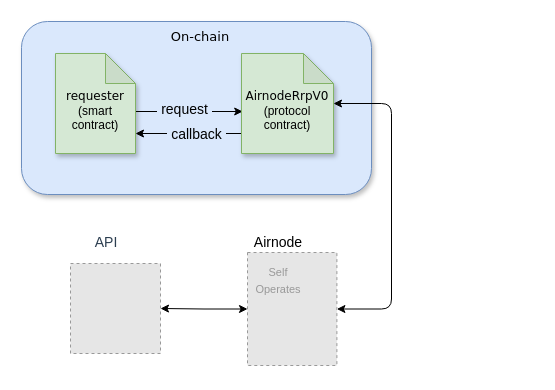
api3dao/vitepress-docs keeps this draw.io diagram as docs/reference/qrng/assets/diagrams/access-overview.drawio. Above is the earlier version. Source tidied: cells renumbered, new cells numbered last; positions are measured from the earlier drawing's top-left corner, leaving out a move shared by most shapes. Both pictures are drawn from the tidied source at 100%, with x=0, y=0 at pixel (21, 21). Pictures stored in the file or linked from it are replaced by grey dashed boxes.
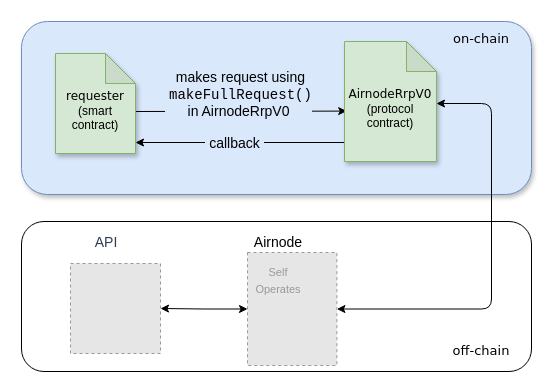
Above is the later version.

Unchanged cells that the change refers to:
```xml
<mxCell id="6" style="fillColor=#E6E6E6;strokeColor=#999999;dashed=1;verticalLabelPosition=bottom;labelBackgroundColor=#ffffff;verticalAlign=top;" parent="1" vertex="1">
  <mxGeometry x="226" y="231" width="89.4" height="113" as="geometry" />
</mxCell>
<mxCell id="15" value="&lt;font style=&quot;font-size: 12px&quot;&gt;&lt;font face=&quot;Verdana&quot; style=&quot;font-size: 12px&quot;&gt;&lt;br&gt;requester&lt;br&gt;&lt;/font&gt;(smart&lt;br&gt;contract)&lt;br&gt;&lt;/font&gt;" style="shape=note;whiteSpace=wrap;html=1;backgroundOutline=1;darkOpacity=0.05;shadow=1;fillColor=#d5e8d4;strokeColor=#82b366;" parent="1" vertex="1">
  <mxGeometry x="34" y="32" width="80" height="100" as="geometry" />
</mxCell>
```

Change to the diagram source:
```diff
@@
+    <mxCell id="17" style="rounded=1;whiteSpace=wrap;html=1;fontFamily=Courier New;fontColor=#B3B3B3;" parent="1" vertex="1">
+      <mxGeometry y="200" width="510" height="150" as="geometry" />
+    </mxCell>
     <mxCell id="2" style="rounded=1;whiteSpace=wrap;html=1;shadow=1;fillColor=#dae8fc;strokeColor=#6c8ebf;" parent="1" vertex="1">
-      <mxGeometry width="350" height="173" as="geometry" />
+      <mxGeometry width="510" height="173" as="geometry" />
     </mxCell>
-    <mxCell id="3" value="&lt;font face=&quot;Verdana&quot; style=&quot;font-size: 13px&quot;&gt;On-chain&lt;/font&gt;" style="text;html=1;strokeColor=none;fillColor=none;align=center;verticalAlign=middle;whiteSpace=wrap;rounded=0;shadow=1;fontSize=14;" parent="1" vertex="1">
-      <mxGeometry x="129" width="100" height="30" as="geometry" />
+    <mxCell id="3" value="&lt;font face=&quot;Verdana&quot; style=&quot;font-size: 13px&quot;&gt;on-chain&lt;/font&gt;" style="text;html=1;strokeColor=none;fillColor=none;align=center;verticalAlign=middle;whiteSpace=wrap;rounded=0;shadow=1;fontSize=14;" parent="1" vertex="1">
+      <mxGeometry x="410" y="2" width="100" height="30" as="geometry" />
     </mxCell>
     <mxCell id="4" style="edgeStyle=orthogonalEdgeStyle;jettySize=auto;html=1;entryX=1;entryY=0.5;entryDx=0;entryDy=0;fontSize=11;rounded=1;startArrow=classic;startFill=1;" parent="1" edge="1" source="14" target="6">
       <mxGeometry relative="1" as="geometry">
         <Array as="points">
-          <mxPoint x="370" y="82" />
-          <mxPoint x="370" y="288" />
+          <mxPoint x="470" y="82" />
+          <mxPoint x="470" y="288" />
         </Array>
       </mxGeometry>
     </mxCell>
@@
-    <mxCell id="10" style="endArrow=classic;html=1;rounded=1;fontSize=14;entryX=0.013;entryY=0.58;entryDx=0;entryDy=0;entryPerimeter=0;exitX=0.988;exitY=0.58;exitDx=0;exitDy=0;exitPerimeter=0;" parent="1" edge="1" source="15" target="14">
-      <mxGeometry relative="1" as="geometry" />
+    <mxCell id="10" style="endArrow=classic;html=1;rounded=1;fontSize=14;entryX=0.013;entryY=0.58;entryDx=0;entryDy=0;entryPerimeter=0;exitX=0.988;exitY=0.58;exitDx=0;exitDy=0;exitPerimeter=0;" parent="1" edge="1">
+      <mxGeometry relative="1" as="geometry">
+        <mxPoint x="114" y="90" as="sourcePoint" />
+        <mxPoint x="325.2" y="89.6" as="targetPoint" />
+      </mxGeometry>
     </mxCell>
-    <mxCell id="11" value="&amp;nbsp;request&amp;nbsp;" style="edgeLabel;html=1;align=center;verticalAlign=middle;fontSize=14;labelBackgroundColor=#DAE8FC;" parent="10" vertex="1">
-      <mxGeometry x="-0.09" y="3" relative="1" as="geometry" />
+    <mxCell id="11" value="&amp;nbsp;makes request using&lt;br&gt;&amp;nbsp;&lt;font face=&quot;Courier New&quot;&gt;makeFullRequest()&lt;br&gt;&lt;/font&gt;&amp;nbsp;in AirnodeRrpV0&amp;nbsp;" style="edgeLabel;html=1;align=center;verticalAlign=middle;fontSize=14;labelBackgroundColor=#DAE8FC;" parent="10" vertex="1">
+      <mxGeometry x="-0.09" y="3" relative="1" as="geometry">
+        <mxPoint x="7" y="-14" as="offset" />
+      </mxGeometry>
     </mxCell>
-    <mxCell id="12" style="endArrow=classic;html=1;rounded=1;fontSize=14;entryX=1;entryY=0.8;entryDx=0;entryDy=0;entryPerimeter=0;" parent="1" edge="1" target="15">
+    <mxCell id="12" style="endArrow=classic;html=1;rounded=1;fontSize=14;entryX=1;entryY=0.8;entryDx=0;entryDy=0;entryPerimeter=0;exitX=0.076;exitY=0.767;exitDx=0;exitDy=0;exitPerimeter=0;" parent="1" edge="1">
       <mxGeometry relative="1" as="geometry">
-        <mxPoint x="240" y="112" as="sourcePoint" />
+        <mxPoint x="330" y="121" as="sourcePoint" />
+        <mxPoint x="114" y="121" as="targetPoint" />
       </mxGeometry>
     </mxCell>
@@
     <mxCell id="14" value="&lt;font style=&quot;font-size: 12px&quot;&gt;&lt;font face=&quot;Verdana&quot; style=&quot;font-size: 12px&quot;&gt;&lt;br&gt;AirnodeRrpV0&lt;br&gt;&lt;/font&gt;(protocol&lt;br&gt;contract)&lt;br&gt;&lt;/font&gt;" style="shape=note;whiteSpace=wrap;html=1;backgroundOutline=1;darkOpacity=0.05;shadow=1;fillColor=#d5e8d4;strokeColor=#82b366;" parent="1" vertex="1">
-      <mxGeometry x="220" y="32" width="92" height="100" as="geometry" />
+      <mxGeometry x="323" y="20" width="92" height="120" as="geometry" />
     </mxCell>
@@
+    <mxCell id="18" value="&lt;font face=&quot;Verdana&quot; style=&quot;font-size: 13px&quot;&gt;off-chain&lt;/font&gt;" style="text;html=1;strokeColor=none;fillColor=none;align=center;verticalAlign=middle;whiteSpace=wrap;rounded=0;shadow=1;fontSize=14;" parent="1" vertex="1">
+      <mxGeometry x="410" y="314" width="100" height="30" as="geometry" />
+    </mxCell>
```
